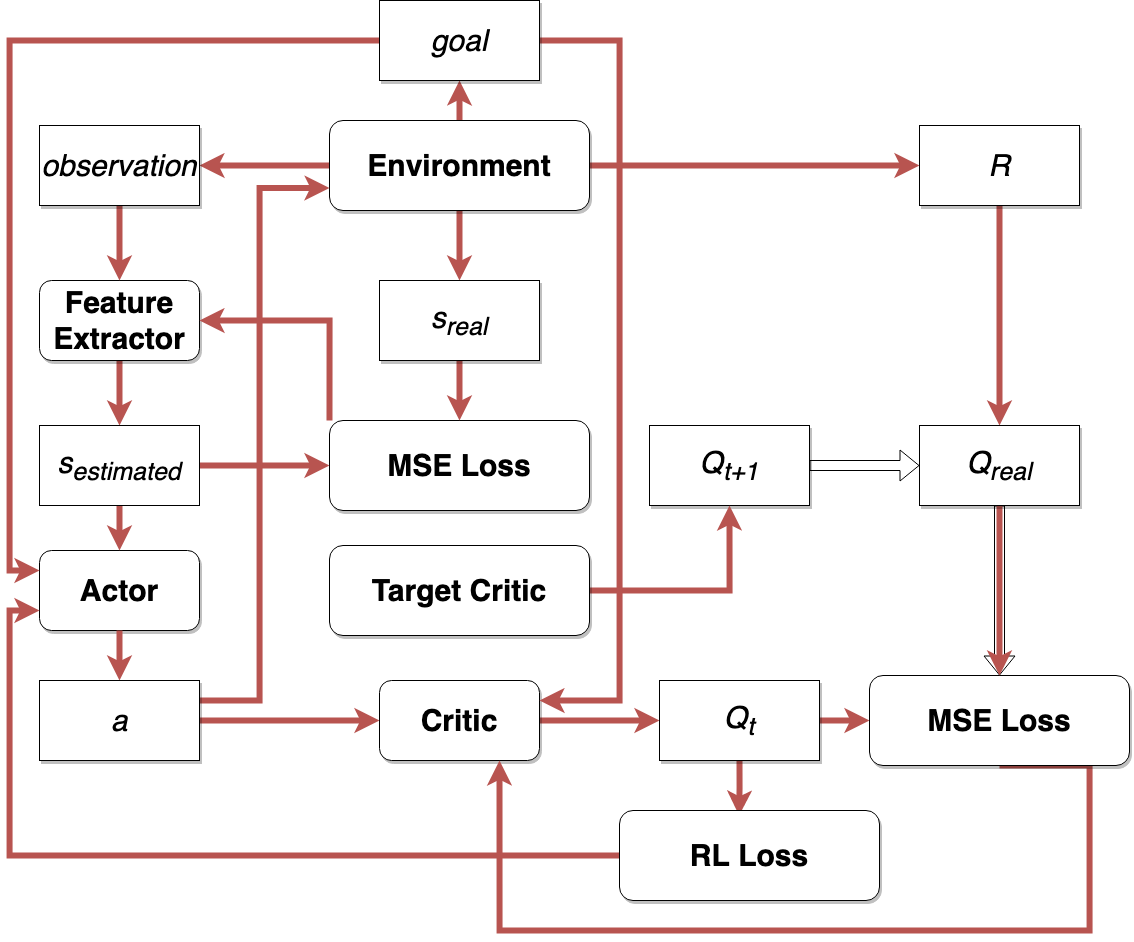
Above: assets/files/sim2real.png in KraftOreo/kraftoreo.github.io (draw.io), before the change. Source tidied: cells renumbered, new cells last; positions are measured from the earlier drawing's top-left corner, leaving out a move shared by most shapes.
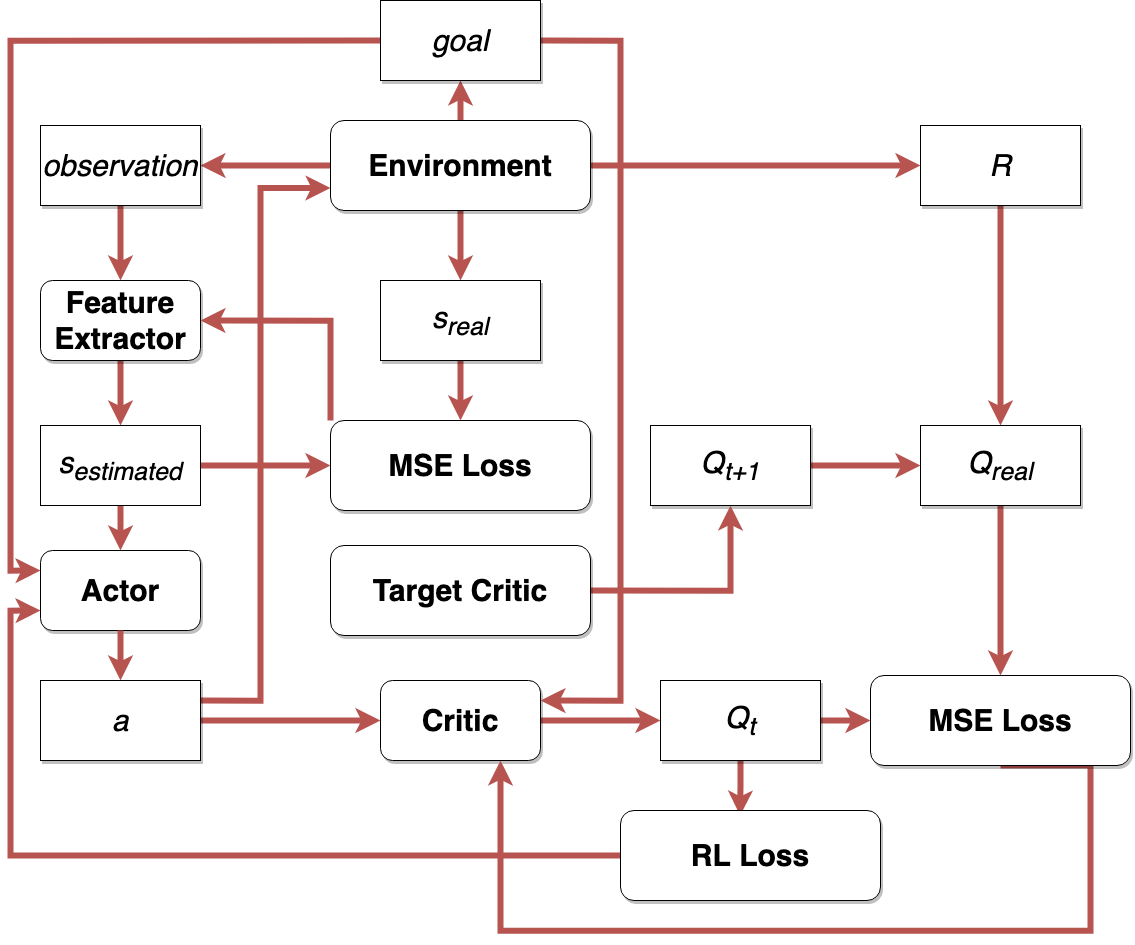
Later version of the same file.

What changed in the source:
```diff
@@ -8,12 +8,12 @@
     <mxCell id="3" style="edgeStyle=orthogonalEdgeStyle;rounded=0;jettySize=auto;html=1;exitX=1;exitY=0.5;exitDx=0;exitDy=0;entryX=0;entryY=0.5;entryDx=0;entryDy=0;fontSize=30;fillColor=#f8cecc;strokeColor=#b85450;strokeWidth=6;" parent="1" edge="1" source="6" target="32">
       <mxGeometry relative="1" as="geometry" />
     </mxCell>
+    <mxCell id="5" style="edgeStyle=orthogonalEdgeStyle;rounded=0;jettySize=auto;html=1;exitX=0.5;exitY=0;exitDx=0;exitDy=0;entryX=0.5;entryY=1;entryDx=0;entryDy=0;fontSize=30;fillColor=#f8cecc;strokeColor=#b85450;strokeWidth=6;" parent="1" edge="1" source="6" target="44">
+      <mxGeometry relative="1" as="geometry" />
+    </mxCell>
-    <mxCell id="4" style="edgeStyle=orthogonalEdgeStyle;rounded=0;jettySize=auto;html=1;exitX=0;exitY=0.5;exitDx=0;exitDy=0;fontSize=30;fillColor=#f8cecc;strokeColor=#b85450;strokeWidth=6;" parent="1" edge="1" source="6" target="19">
+    <mxCell id="4" style="edgeStyle=orthogonalEdgeStyle;rounded=0;jettySize=auto;html=1;exitX=0;exitY=0.5;exitDx=0;exitDy=0;entryX=1;entryY=0.5;entryDx=0;entryDy=0;fontSize=30;strokeColor=#b85450;strokeWidth=6;fillColor=#f8cecc;" parent="1" edge="1" source="6" target="19">
       <mxGeometry relative="1" as="geometry" />
     </mxCell>
-    <mxCell id="5" style="edgeStyle=orthogonalEdgeStyle;rounded=0;jettySize=auto;html=1;exitX=0.5;exitY=0;exitDx=0;exitDy=0;entryX=0.5;entryY=1;entryDx=0;entryDy=0;fontSize=30;fillColor=#f8cecc;strokeColor=#b85450;strokeWidth=6;" parent="1" edge="1" source="6" target="44">
-      <mxGeometry relative="1" as="geometry" />
-    </mxCell>
     <mxCell id="6" value="&lt;b&gt;Environment&lt;/b&gt;" style="rounded=1;whiteSpace=wrap;html=1;shadow=1;glass=0;sketch=0;fontSize=30;" parent="1" vertex="1">
       <mxGeometry x="320" y="120" width="260" height="90" as="geometry" />
     </mxCell>
@@ -105,7 +105,7 @@
     <mxCell id="32" value="&lt;font style=&quot;font-size: 30px&quot;&gt;&lt;i&gt;R&lt;/i&gt;&lt;/font&gt;" style="whiteSpace=wrap;html=1;align=center;verticalAlign=middle;newEdgeStyle={&quot;edgeStyle&quot;:&quot;elbowEdgeStyle&quot;,&quot;startArrow&quot;:&quot;none&quot;,&quot;endArrow&quot;:&quot;none&quot;};fontSize=30;rounded=0;shadow=1;" parent="1" vertex="1">
       <mxGeometry x="910" y="125" width="160" height="80" as="geometry" />
     </mxCell>
-    <mxCell id="33" style="edgeStyle=orthogonalEdgeStyle;shape=flexArrow;rounded=0;jettySize=auto;html=1;exitX=1;exitY=0.5;exitDx=0;exitDy=0;entryX=0;entryY=0.5;entryDx=0;entryDy=0;fontSize=30;endSize=6;" parent="1" edge="1" source="34" target="39">
+    <mxCell id="33" style="edgeStyle=orthogonalEdgeStyle;rounded=0;jettySize=auto;html=1;exitX=1;exitY=0.5;exitDx=0;exitDy=0;entryX=0;entryY=0.5;entryDx=0;entryDy=0;fontSize=30;fillColor=#f8cecc;strokeColor=#b85450;strokeWidth=6;" parent="1" edge="1" source="34" target="39">
       <mxGeometry relative="1" as="geometry" />
     </mxCell>
     <mxCell id="34" value="&lt;i&gt;Q&lt;sub&gt;t+1&lt;/sub&gt;&lt;/i&gt;" style="whiteSpace=wrap;html=1;align=center;verticalAlign=middle;newEdgeStyle={&quot;edgeStyle&quot;:&quot;elbowEdgeStyle&quot;,&quot;startArrow&quot;:&quot;none&quot;,&quot;endArrow&quot;:&quot;none&quot;};fontSize=30;rounded=0;shadow=1;" parent="1" vertex="1">
@@ -117,11 +117,13 @@
     <mxCell id="36" value="&lt;b&gt;Target Critic&lt;/b&gt;" style="rounded=1;whiteSpace=wrap;html=1;shadow=1;glass=0;sketch=0;fontSize=30;" parent="1" vertex="1">
       <mxGeometry x="320" y="545" width="260" height="90" as="geometry" />
     </mxCell>
-    <mxCell id="37" style="edgeStyle=orthogonalEdgeStyle;shape=flexArrow;rounded=0;jettySize=auto;html=1;fontSize=30;" parent="1" edge="1" source="39" target="30">
-      <mxGeometry relative="1" as="geometry" />
-    </mxCell>
     <mxCell id="38" style="edgeStyle=orthogonalEdgeStyle;rounded=0;jettySize=auto;html=1;exitX=0.5;exitY=1;exitDx=0;exitDy=0;entryX=0.5;entryY=0;entryDx=0;entryDy=0;fontSize=30;fillColor=#f8cecc;strokeColor=#b85450;strokeWidth=6;" parent="1" edge="1" source="39" target="30">
-      <mxGeometry relative="1" as="geometry" />
+      <mxGeometry relative="1" as="geometry">
+        <Array as="points">
+          <mxPoint x="990" y="560" />
+          <mxPoint x="990" y="560" />
+        </Array>
+      </mxGeometry>
     </mxCell>
     <mxCell id="39" value="&lt;font style=&quot;font-size: 30px&quot;&gt;&lt;i&gt;Q&lt;sub&gt;real&lt;/sub&gt;&lt;/i&gt;&lt;/font&gt;" style="whiteSpace=wrap;html=1;align=center;verticalAlign=middle;newEdgeStyle={&quot;edgeStyle&quot;:&quot;elbowEdgeStyle&quot;,&quot;startArrow&quot;:&quot;none&quot;,&quot;endArrow&quot;:&quot;none&quot;};fontSize=30;rounded=0;shadow=1;" parent="1" vertex="1">
       <mxGeometry x="910" y="425" width="160" height="80" as="geometry" />
```
